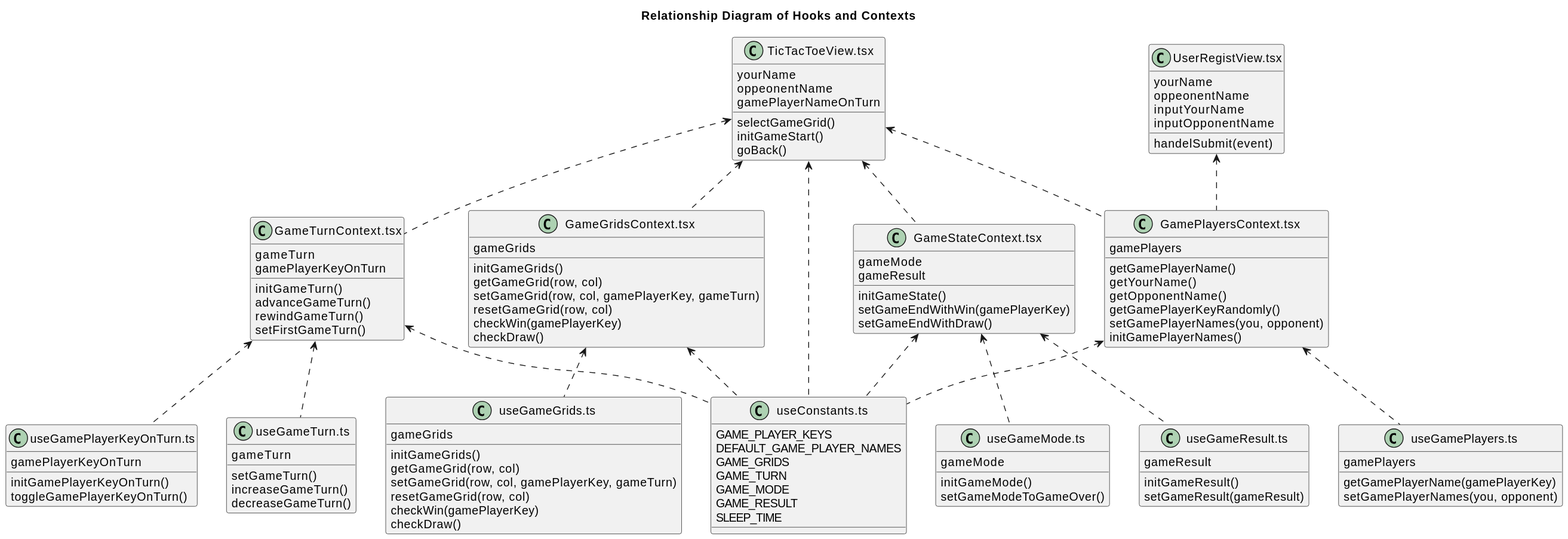
Above: tic-tac-toe/md/hooks-contexts-relationship-diagram.svg in hi2k1978/react-samples (PlantUML), before the change.
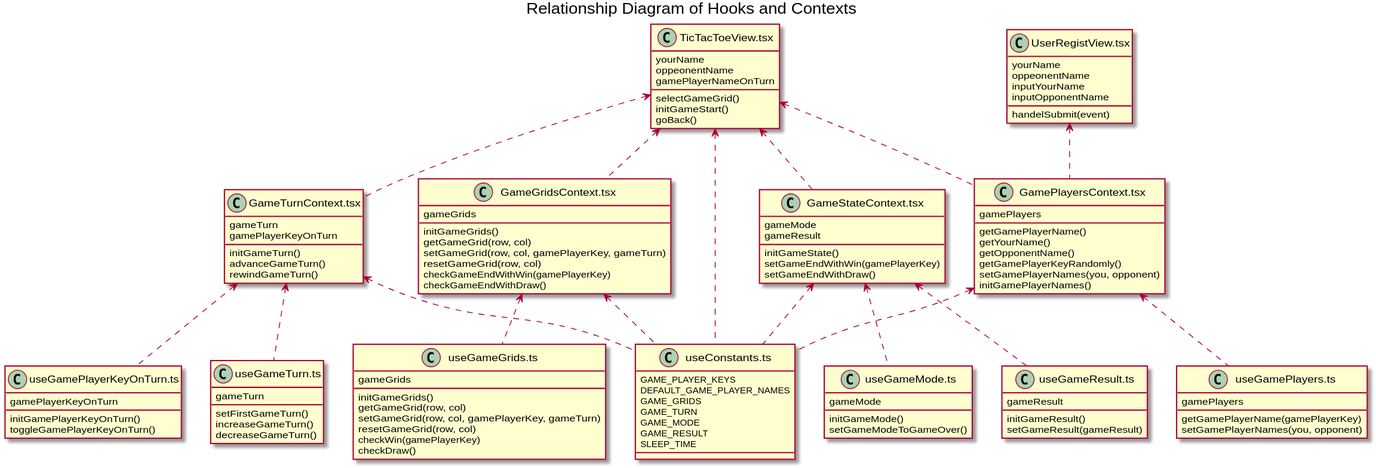
The same diagram one commit later.

What changed in the source:
```diff
@@ -2,109 +2,108 @@
 title Relationship Diagram of Hooks and Contexts
 
 class "UserRegistView.tsx" as UserRegistView {
-      yourName
-      oppeonentName
-      inputYourName
-      inputOpponentName
-      handelSubmit(event)
+	yourName
+	oppeonentName
+	inputYourName
+	inputOpponentName
+	handelSubmit(event)
 }
 
 class "TicTacToeView.tsx" as TicTacToeView {
-      yourName
-      oppeonentName
-      gamePlayerNameOnTurn
-      selectGameGrid()
-      initGameStart()
-      goBack()
+	yourName
+	oppeonentName
+	gamePlayerNameOnTurn
+	selectGameGrid()
+	initGameStart()
+	goBack()
 }
 
 class "GameGridsContext.tsx" as GameGridsContext {
-      gameGrids
-      initGameGrids()
-      getGameGrid(row, col)
-      setGameGrid(row, col, gamePlayerKey, gameTurn)
-      resetGameGrid(row, col)
-      checkWin(gamePlayerKey)
-      checkDraw()
+	gameGrids
+	initGameGrids()
+	getGameGrid(row, col)
+	setGameGrid(row, col, gamePlayerKey, gameTurn)
+	resetGameGrid(row, col)
+	checkGameEndWithWin(gamePlayerKey)
+	checkGameEndWithDraw()
 }
 
 class "GamePlayersContext.tsx" as GamePlayersContext {
-      gamePlayers
-      getGamePlayerName()
-      getYourName()
-      getOpponentName()
-      getGamePlayerKeyRandomly()
-      setGamePlayerNames(you, opponent)
-      initGamePlayerNames()
+	gamePlayers
+	getGamePlayerName()
+	getYourName()
+	getOpponentName()
+	getGamePlayerKeyRandomly()
+	setGamePlayerNames(you, opponent)
+	initGamePlayerNames()
 }
 
 class "GameStateContext.tsx" as GameStateContext {
-      gameMode
-      gameResult
-      initGameState()
-      setGameEndWithWin(gamePlayerKey)
-      setGameEndWithDraw()
+	gameMode
+	gameResult
+	initGameState()
+	setGameEndWithWin(gamePlayerKey)
+	setGameEndWithDraw()
 }
 
 class "GameTurnContext.tsx" as GameTurnContext {
-      gameTurn
-      gamePlayerKeyOnTurn
-      initGameTurn()
-      advanceGameTurn()
-      rewindGameTurn()
-      setFirstGameTurn()
+	gameTurn
+	gamePlayerKeyOnTurn
+	initGameTurn()
+	advanceGameTurn()
+	rewindGameTurn()
 }
 
 
 class "useConstants.ts" as useConstants {
-      GAME_PLAYER_KEYS
-      DEFAULT_GAME_PLAYER_NAMES
-      GAME_GRIDS
-      GAME_TURN
-      GAME_MODE
-      GAME_RESULT
-      SLEEP_TIME
+	GAME_PLAYER_KEYS
+	DEFAULT_GAME_PLAYER_NAMES
+	GAME_GRIDS
+	GAME_TURN
+	GAME_MODE
+	GAME_RESULT
+	SLEEP_TIME
 }
 
 class "useGameGrids.ts" as useGameGrids {
-      gameGrids
-      initGameGrids()
-      getGameGrid(row, col)
-      setGameGrid(row, col, gamePlayerKey, gameTurn)
-      resetGameGrid(row, col)
-      checkWin(gamePlayerKey)
-      checkDraw()
+	gameGrids
+	initGameGrids()
+	getGameGrid(row, col)
+	setGameGrid(row, col, gamePlayerKey, gameTurn)
+	resetGameGrid(row, col)
+	checkWin(gamePlayerKey)
+	checkDraw()
 }
 
 class "useGamePlayers.ts" as useGamePlayers {
-      gamePlayers
-      getGamePlayerName(gamePlayerKey)
-      setGamePlayerNames(you, opponent)
+	gamePlayers
+	getGamePlayerName(gamePlayerKey)
+	setGamePlayerNames(you, opponent)
 }
 
 class "useGameMode.ts" as useGameMode {
-      gameMode
-      initGameMode()
-      setGameModeToGameOver()
+	gameMode
+	initGameMode()
+	setGameModeToGameOver()
 }
 
 class "useGameResult.ts" as useGameResult {
-      gameResult
-      initGameResult()
-      setGameResult(gameResult)
+	gameResult
+	initGameResult()
+	setGameResult(gameResult)
 }
 
 class "useGameTurn.ts" as useGameTurn {
-      gameTurn
-      setGameTurn()
-      increaseGameTurn()
-      decreaseGameTurn()
+	gameTurn
+	setFirstGameTurn()
+	increaseGameTurn()
+	decreaseGameTurn()
 }
 
 class "useGamePlayerKeyOnTurn.ts" as useGamePlayerKeyOnTurn {
-      gamePlayerKeyOnTurn
-      initGamePlayerKeyOnTurn()
-      toggleGamePlayerKeyOnTurn()
+	gamePlayerKeyOnTurn
+	initGamePlayerKeyOnTurn()
+	toggleGamePlayerKeyOnTurn()
 }
 
 UserRegistView <.. GamePlayersContext
```
